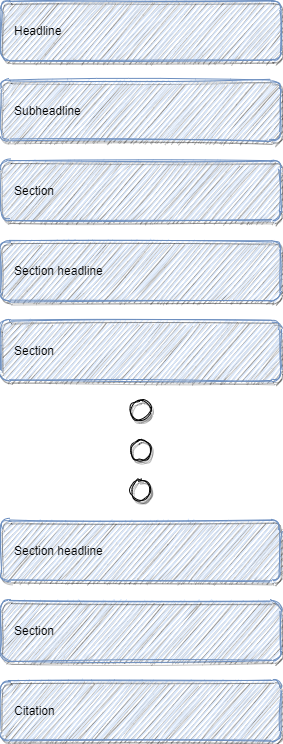
Before: draw_io/article_default_layout.png, a diagram exported from draw.io (WalnutIT/LeoML-Parser). Source tidied: cells renumbered, new cells last; positions are measured from the earlier drawing's top-left corner, leaving out a move shared by most shapes.
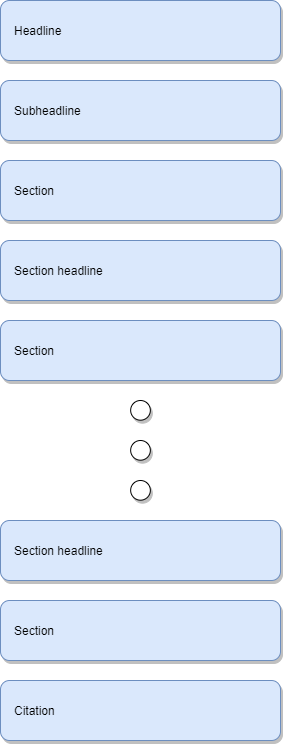
Later version of the same file.

Commit message:
updated article template example image

The edit, as a diff of the source:
```diff
@@ -2,37 +2,37 @@
   <root>
     <mxCell id="0" />
     <mxCell id="1" parent="0" />
-    <mxCell id="2" value="Headline" style="rounded=1;whiteSpace=wrap;html=1;fillColor=#dae8fc;strokeColor=#6c8ebf;align=left;labelPosition=center;verticalLabelPosition=middle;verticalAlign=middle;spacingLeft=12;shadow=1;glass=0;comic=1;" parent="1" vertex="1">
+    <mxCell id="2" value="Headline" style="rounded=1;whiteSpace=wrap;html=1;fillColor=#dae8fc;strokeColor=#6c8ebf;align=left;labelPosition=center;verticalLabelPosition=middle;verticalAlign=middle;spacingLeft=12;shadow=1;glass=0;comic=0;" parent="1" vertex="1">
       <mxGeometry width="280" height="60" as="geometry" />
     </mxCell>
-    <mxCell id="3" value="Subheadline" style="rounded=1;whiteSpace=wrap;html=1;fillColor=#dae8fc;strokeColor=#6c8ebf;align=left;labelPosition=center;verticalLabelPosition=middle;verticalAlign=middle;spacingLeft=12;shadow=1;glass=0;comic=1;" parent="1" vertex="1">
+    <mxCell id="3" value="Subheadline" style="rounded=1;whiteSpace=wrap;html=1;fillColor=#dae8fc;strokeColor=#6c8ebf;align=left;labelPosition=center;verticalLabelPosition=middle;verticalAlign=middle;spacingLeft=12;shadow=1;glass=0;comic=0;" parent="1" vertex="1">
       <mxGeometry y="80" width="280" height="60" as="geometry" />
     </mxCell>
-    <mxCell id="4" value="Section" style="rounded=1;whiteSpace=wrap;html=1;fillColor=#dae8fc;strokeColor=#6c8ebf;align=left;labelPosition=center;verticalLabelPosition=middle;verticalAlign=middle;spacingLeft=12;shadow=1;glass=0;comic=1;" parent="1" vertex="1">
+    <mxCell id="4" value="Section" style="rounded=1;whiteSpace=wrap;html=1;fillColor=#dae8fc;strokeColor=#6c8ebf;align=left;labelPosition=center;verticalLabelPosition=middle;verticalAlign=middle;spacingLeft=12;shadow=1;glass=0;comic=0;" parent="1" vertex="1">
       <mxGeometry y="160" width="280" height="60" as="geometry" />
     </mxCell>
-    <mxCell id="5" value="Section headline" style="rounded=1;whiteSpace=wrap;html=1;fillColor=#dae8fc;strokeColor=#6c8ebf;align=left;labelPosition=center;verticalLabelPosition=middle;verticalAlign=middle;spacingLeft=12;shadow=1;glass=0;comic=1;" parent="1" vertex="1">
+    <mxCell id="5" value="Section headline" style="rounded=1;whiteSpace=wrap;html=1;fillColor=#dae8fc;strokeColor=#6c8ebf;align=left;labelPosition=center;verticalLabelPosition=middle;verticalAlign=middle;spacingLeft=12;shadow=1;glass=0;comic=0;" parent="1" vertex="1">
       <mxGeometry y="240" width="280" height="60" as="geometry" />
     </mxCell>
-    <mxCell id="6" value="Section" style="rounded=1;whiteSpace=wrap;html=1;fillColor=#dae8fc;strokeColor=#6c8ebf;align=left;labelPosition=center;verticalLabelPosition=middle;verticalAlign=middle;spacingLeft=12;shadow=1;glass=0;comic=1;" parent="1" vertex="1">
+    <mxCell id="6" value="Section" style="rounded=1;whiteSpace=wrap;html=1;fillColor=#dae8fc;strokeColor=#6c8ebf;align=left;labelPosition=center;verticalLabelPosition=middle;verticalAlign=middle;spacingLeft=12;shadow=1;glass=0;comic=0;" parent="1" vertex="1">
       <mxGeometry y="320" width="280" height="60" as="geometry" />
     </mxCell>
-    <mxCell id="7" style="ellipse;whiteSpace=wrap;html=1;rounded=1;shadow=1;glass=0;comic=1;align=left;" parent="1" vertex="1">
+    <mxCell id="7" style="ellipse;whiteSpace=wrap;html=1;rounded=1;shadow=1;glass=0;comic=0;align=left;" parent="1" vertex="1">
       <mxGeometry x="130.2" y="400" width="19.7" height="19.7" as="geometry" />
     </mxCell>
-    <mxCell id="8" style="ellipse;whiteSpace=wrap;html=1;rounded=1;shadow=1;glass=0;comic=1;align=left;" parent="1" vertex="1">
+    <mxCell id="8" style="ellipse;whiteSpace=wrap;html=1;rounded=1;shadow=1;glass=0;comic=0;align=left;" parent="1" vertex="1">
       <mxGeometry x="130.2" y="480" width="19.7" height="19.7" as="geometry" />
     </mxCell>
-    <mxCell id="9" style="ellipse;whiteSpace=wrap;html=1;rounded=1;shadow=1;glass=0;comic=1;align=left;" parent="1" vertex="1">
+    <mxCell id="9" style="ellipse;whiteSpace=wrap;html=1;rounded=1;shadow=1;glass=0;comic=0;align=left;" parent="1" vertex="1">
       <mxGeometry x="130.2" y="440" width="19.7" height="19.7" as="geometry" />
     </mxCell>
-    <mxCell id="10" value="Section headline" style="rounded=1;whiteSpace=wrap;html=1;fillColor=#dae8fc;strokeColor=#6c8ebf;align=left;labelPosition=center;verticalLabelPosition=middle;verticalAlign=middle;spacingLeft=12;shadow=1;glass=0;comic=1;" parent="1" vertex="1">
+    <mxCell id="10" value="Section headline" style="rounded=1;whiteSpace=wrap;html=1;fillColor=#dae8fc;strokeColor=#6c8ebf;align=left;labelPosition=center;verticalLabelPosition=middle;verticalAlign=middle;spacingLeft=12;shadow=1;glass=0;comic=0;" parent="1" vertex="1">
       <mxGeometry y="520" width="280" height="60" as="geometry" />
     </mxCell>
-    <mxCell id="11" value="Section" style="rounded=1;whiteSpace=wrap;html=1;fillColor=#dae8fc;strokeColor=#6c8ebf;align=left;labelPosition=center;verticalLabelPosition=middle;verticalAlign=middle;spacingLeft=12;shadow=1;glass=0;comic=1;" parent="1" vertex="1">
+    <mxCell id="11" value="Section" style="rounded=1;whiteSpace=wrap;html=1;fillColor=#dae8fc;strokeColor=#6c8ebf;align=left;labelPosition=center;verticalLabelPosition=middle;verticalAlign=middle;spacingLeft=12;shadow=1;glass=0;comic=0;" parent="1" vertex="1">
       <mxGeometry y="600" width="280" height="60" as="geometry" />
     </mxCell>
-    <mxCell id="12" value="Citation" style="rounded=1;whiteSpace=wrap;html=1;fillColor=#dae8fc;strokeColor=#6c8ebf;align=left;labelPosition=center;verticalLabelPosition=middle;verticalAlign=middle;spacingLeft=12;shadow=1;glass=0;comic=1;" parent="1" vertex="1">
+    <mxCell id="12" value="Citation" style="rounded=1;whiteSpace=wrap;html=1;fillColor=#dae8fc;strokeColor=#6c8ebf;align=left;labelPosition=center;verticalLabelPosition=middle;verticalAlign=middle;spacingLeft=12;shadow=1;glass=0;comic=0;" parent="1" vertex="1">
       <mxGeometry y="680" width="280" height="60" as="geometry" />
     </mxCell>
   </root>
```
